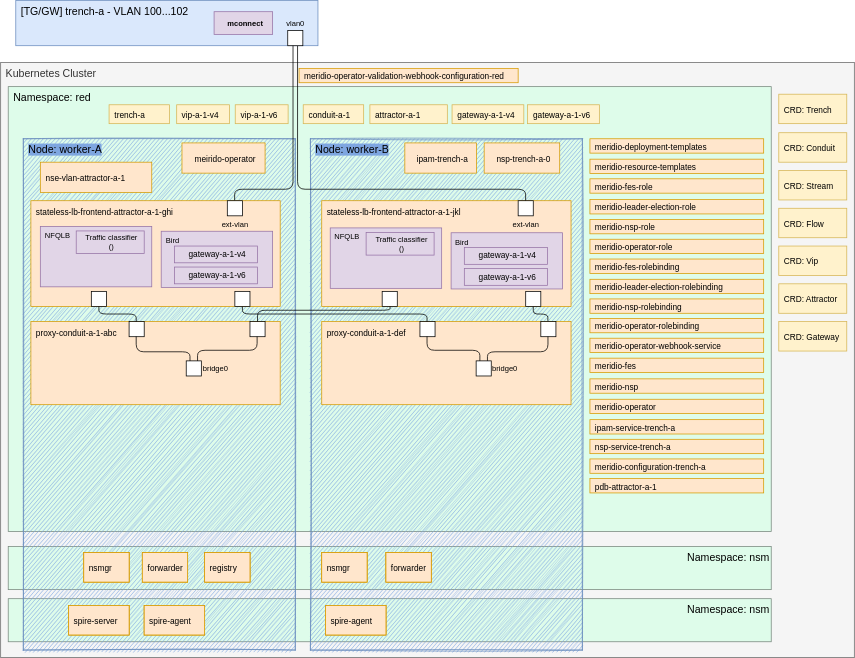
Earlier version of the draw.io export Installation/assets/step-6.svg (Nordix/Meridio). Source tidied: cells renumbered, new cells last; positions are measured from the earlier drawing's top-left corner, leaving out a move shared by most shapes.
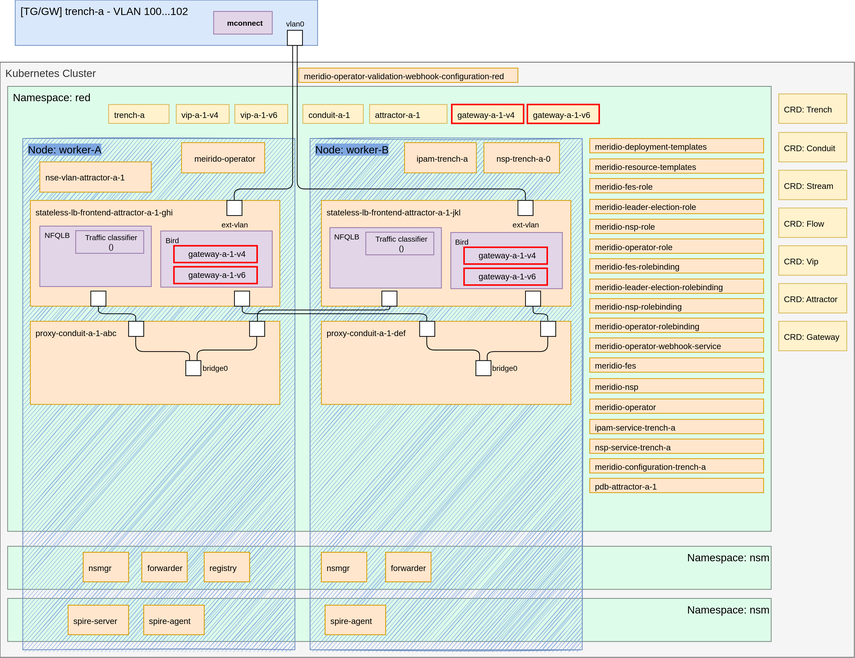
After the commit.

Diff of the diagram source:
```diff
@@ -228,10 +228,10 @@
     <mxCell id="59" value="&lt;font style=&quot;font-size: 11px&quot;&gt;attractor-a-1&lt;br&gt;&lt;/font&gt;" style="rounded=0;whiteSpace=wrap;html=1;labelBackgroundColor=none;fontSize=14;align=left;fillColor=#fff2cc;strokeColor=#d6b656;verticalAlign=middle;spacingLeft=5;" parent="1" vertex="1">
       <mxGeometry x="488.8" y="138.2" width="102.5" height="25" as="geometry" />
     </mxCell>
-    <mxCell id="60" value="&lt;font style=&quot;font-size: 11px&quot;&gt;gateway-a-1-v4&lt;br&gt;&lt;/font&gt;" style="rounded=0;whiteSpace=wrap;html=1;labelBackgroundColor=none;fontSize=14;align=left;fillColor=#fff2cc;strokeColor=#d6b656;verticalAlign=middle;spacingLeft=5;" parent="1" vertex="1">
+    <mxCell id="60" value="&lt;font style=&quot;font-size: 11px&quot;&gt;gateway-a-1-v4&lt;br&gt;&lt;/font&gt;" style="rounded=0;whiteSpace=wrap;html=1;labelBackgroundColor=none;fontSize=14;align=left;fillColor=#fff2cc;strokeColor=#FF0000;verticalAlign=middle;spacingLeft=5;strokeWidth=2;" parent="1" vertex="1">
       <mxGeometry x="597.5" y="138.2" width="95" height="25" as="geometry" />
     </mxCell>
-    <mxCell id="61" value="&lt;font style=&quot;font-size: 11px&quot;&gt;gateway-a-1-v6&lt;br&gt;&lt;/font&gt;" style="rounded=0;whiteSpace=wrap;html=1;labelBackgroundColor=none;fontSize=14;align=left;fillColor=#fff2cc;strokeColor=#d6b656;verticalAlign=middle;spacingLeft=5;" parent="1" vertex="1">
+    <mxCell id="61" value="&lt;font style=&quot;font-size: 11px&quot;&gt;gateway-a-1-v6&lt;br&gt;&lt;/font&gt;" style="rounded=0;whiteSpace=wrap;html=1;labelBackgroundColor=none;fontSize=14;align=left;fillColor=#fff2cc;strokeColor=#FF0000;verticalAlign=middle;spacingLeft=5;strokeWidth=2;" parent="1" vertex="1">
       <mxGeometry x="697.5" y="138.2" width="95" height="25" as="geometry" />
     </mxCell>
     <mxCell id="62" value="&lt;font style=&quot;font-size: 11px&quot;&gt;vip-a-1-v4&lt;br&gt;&lt;/font&gt;" style="rounded=0;whiteSpace=wrap;html=1;labelBackgroundColor=none;fontSize=14;align=left;fillColor=#fff2cc;strokeColor=#d6b656;verticalAlign=middle;spacingLeft=5;" parent="1" vertex="1">
@@ -273,10 +273,10 @@
     <mxCell id="74" value="&lt;span&gt;Bird&lt;br&gt;&lt;/span&gt;" style="rounded=0;whiteSpace=wrap;html=1;labelBackgroundColor=none;fontSize=10;align=left;spacingLeft=4;labelPosition=center;verticalLabelPosition=middle;verticalAlign=top;fillColor=#e1d5e7;strokeColor=#9673a6;fontStyle=0;" parent="1" vertex="1">
       <mxGeometry x="212.5" y="305.6" width="147.5" height="74.4" as="geometry" />
     </mxCell>
-    <mxCell id="75" value="&lt;span style=&quot;font-size: 11px; text-align: left;&quot;&gt;gateway-a-1-v4&lt;/span&gt;&lt;span&gt;&lt;br&gt;&lt;/span&gt;" style="rounded=0;whiteSpace=wrap;html=1;labelBackgroundColor=none;fontSize=10;align=center;spacingLeft=4;labelPosition=center;verticalLabelPosition=middle;verticalAlign=middle;fillColor=#e1d5e7;strokeColor=#9673a6;fontStyle=0;" parent="1" vertex="1">
+    <mxCell id="75" value="&lt;span style=&quot;font-size: 11px; text-align: left;&quot;&gt;gateway-a-1-v4&lt;/span&gt;&lt;span&gt;&lt;br&gt;&lt;/span&gt;" style="rounded=0;whiteSpace=wrap;html=1;labelBackgroundColor=none;fontSize=10;align=center;spacingLeft=4;labelPosition=center;verticalLabelPosition=middle;verticalAlign=middle;fillColor=#e1d5e7;strokeColor=#FF0000;fontStyle=0;strokeWidth=2;" parent="1" vertex="1">
       <mxGeometry x="230" y="325.2" width="110" height="22.2" as="geometry" />
     </mxCell>
-    <mxCell id="76" value="&lt;span style=&quot;font-size: 11px; text-align: left;&quot;&gt;gateway-a-1-v6&lt;/span&gt;&lt;span&gt;&lt;br&gt;&lt;/span&gt;" style="rounded=0;whiteSpace=wrap;html=1;labelBackgroundColor=none;fontSize=10;align=center;spacingLeft=4;labelPosition=center;verticalLabelPosition=middle;verticalAlign=middle;fillColor=#e1d5e7;strokeColor=#9673a6;fontStyle=0;" parent="1" vertex="1">
+    <mxCell id="76" value="&lt;span style=&quot;font-size: 11px; text-align: left;&quot;&gt;gateway-a-1-v6&lt;/span&gt;&lt;span&gt;&lt;br&gt;&lt;/span&gt;" style="rounded=0;whiteSpace=wrap;html=1;labelBackgroundColor=none;fontSize=10;align=center;spacingLeft=4;labelPosition=center;verticalLabelPosition=middle;verticalAlign=middle;fillColor=#e1d5e7;strokeColor=#FF0000;fontStyle=0;strokeWidth=2;" parent="1" vertex="1">
       <mxGeometry x="230" y="353" width="110" height="22.2" as="geometry" />
     </mxCell>
     <mxCell id="77" value="&lt;span&gt;NFQLB&lt;br&gt;&lt;/span&gt;" style="rounded=0;whiteSpace=wrap;html=1;labelBackgroundColor=none;fontSize=10;align=left;spacingLeft=4;labelPosition=center;verticalLabelPosition=middle;verticalAlign=top;fillColor=#e1d5e7;strokeColor=#9673a6;fontStyle=0;" parent="1" vertex="1">
@@ -288,10 +288,10 @@
     <mxCell id="79" value="&lt;span&gt;Bird&lt;br&gt;&lt;/span&gt;" style="rounded=0;whiteSpace=wrap;html=1;labelBackgroundColor=none;fontSize=10;align=left;spacingLeft=4;labelPosition=center;verticalLabelPosition=middle;verticalAlign=top;fillColor=#e1d5e7;strokeColor=#9673a6;fontStyle=0;" parent="1" vertex="1">
       <mxGeometry x="596.2" y="307.6" width="147.5" height="74.4" as="geometry" />
     </mxCell>
-    <mxCell id="80" value="&lt;span style=&quot;font-size: 11px; text-align: left;&quot;&gt;gateway-a-1-v4&lt;/span&gt;&lt;span&gt;&lt;br&gt;&lt;/span&gt;" style="rounded=0;whiteSpace=wrap;html=1;labelBackgroundColor=none;fontSize=10;align=center;spacingLeft=4;labelPosition=center;verticalLabelPosition=middle;verticalAlign=middle;fillColor=#e1d5e7;strokeColor=#9673a6;fontStyle=0;" parent="1" vertex="1">
+    <mxCell id="80" value="&lt;span style=&quot;font-size: 11px; text-align: left;&quot;&gt;gateway-a-1-v4&lt;/span&gt;&lt;span&gt;&lt;br&gt;&lt;/span&gt;" style="rounded=0;whiteSpace=wrap;html=1;labelBackgroundColor=none;fontSize=10;align=center;spacingLeft=4;labelPosition=center;verticalLabelPosition=middle;verticalAlign=middle;fillColor=#e1d5e7;strokeColor=#FF0000;fontStyle=0;strokeWidth=2;" parent="1" vertex="1">
       <mxGeometry x="613.8" y="327.2" width="110" height="22.2" as="geometry" />
     </mxCell>
-    <mxCell id="81" value="&lt;span style=&quot;font-size: 11px; text-align: left;&quot;&gt;gateway-a-1-v6&lt;/span&gt;&lt;span&gt;&lt;br&gt;&lt;/span&gt;" style="rounded=0;whiteSpace=wrap;html=1;labelBackgroundColor=none;fontSize=10;align=center;spacingLeft=4;labelPosition=center;verticalLabelPosition=middle;verticalAlign=middle;fillColor=#e1d5e7;strokeColor=#9673a6;fontStyle=0;" parent="1" vertex="1">
+    <mxCell id="81" value="&lt;span style=&quot;font-size: 11px; text-align: left;&quot;&gt;gateway-a-1-v6&lt;/span&gt;&lt;span&gt;&lt;br&gt;&lt;/span&gt;" style="rounded=0;whiteSpace=wrap;html=1;labelBackgroundColor=none;fontSize=10;align=center;spacingLeft=4;labelPosition=center;verticalLabelPosition=middle;verticalAlign=middle;fillColor=#e1d5e7;strokeColor=#FF0000;fontStyle=0;strokeWidth=2;" parent="1" vertex="1">
       <mxGeometry x="613.8" y="355" width="110" height="22.2" as="geometry" />
     </mxCell>
     <mxCell id="82" value="&lt;font style=&quot;font-size: 11px&quot;&gt;nsmgr&lt;br&gt;&lt;/font&gt;" style="rounded=0;whiteSpace=wrap;html=1;labelBackgroundColor=none;fontSize=14;align=left;fillColor=#ffe6cc;strokeColor=#d79b00;verticalAlign=middle;spacingLeft=5;glass=0;shadow=0;" parent="1" vertex="1">
```
